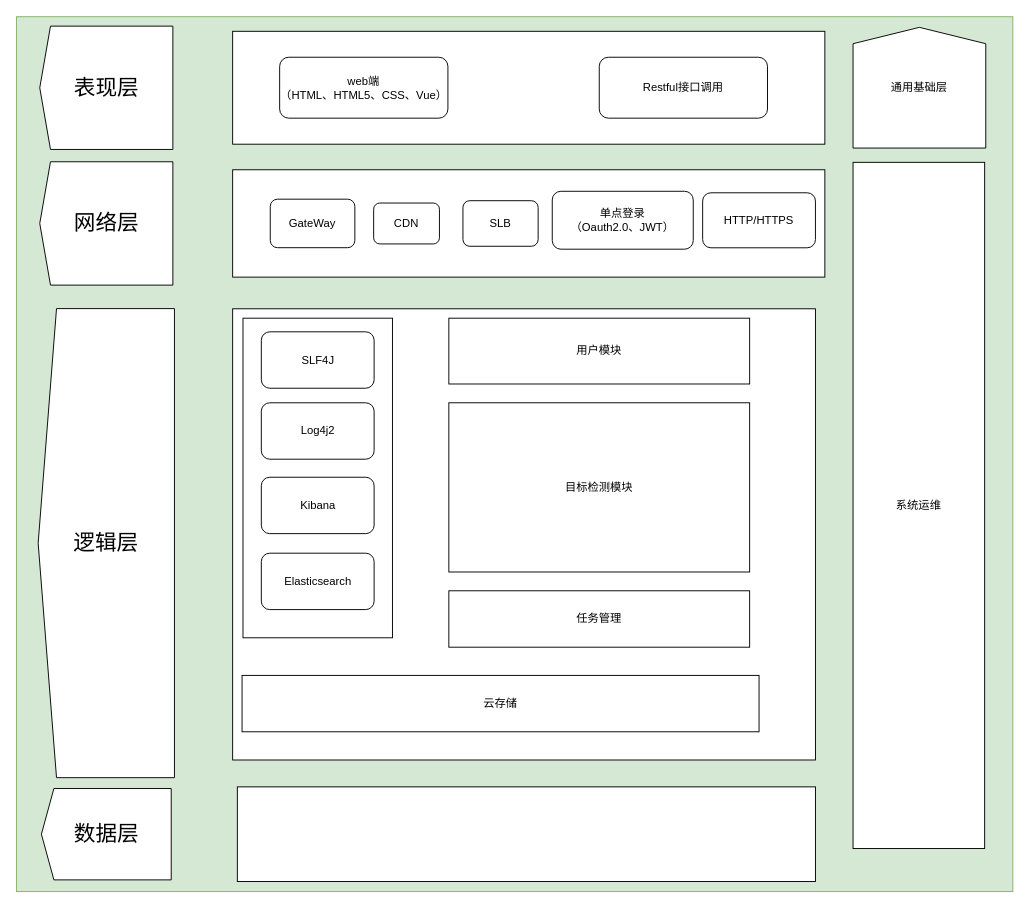
Earlier version of the draw.io diagram DrawIO_file/毕业论文画图/小目标检测系统架构图.drawio (DingDongZz/typera_PicGO). Source tidied: cells renumbered, new cells numbered last; positions are measured from the earlier drawing's top-left corner, leaving out a move shared by most shapes. Both pictures are drawn from the tidied source at 94%, with x=0, y=0 at pixel (-129, 16).
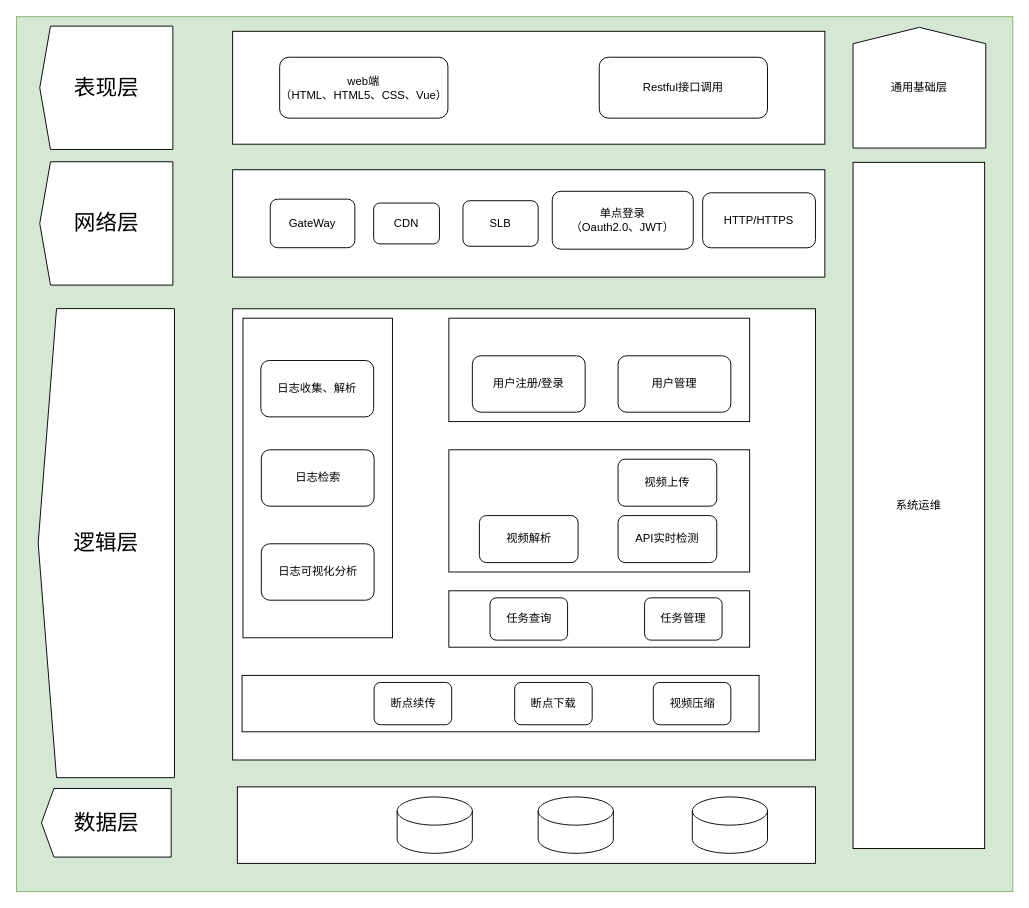
After the change.

Commit message (it also covers changes not shown here):
更新小目标检测系统架构图.drawio

Change to the diagram source:
```diff
@@
     <mxCell id="8" value="&lt;span style=&quot;font-size: 23px;&quot;&gt;数据层&lt;/span&gt;" style="shape=offPageConnector;whiteSpace=wrap;html=1;rotation=90;size=0.09624443862862851;horizontal=0;" parent="1" vertex="1">
-      <mxGeometry x="201" y="800.9" width="97.2" height="138.1" as="geometry" />
+      <mxGeometry x="213.1" y="788.8" width="73" height="138" as="geometry" />
     </mxCell>
     <mxCell id="9" style="rounded=0;whiteSpace=wrap;html=1;" parent="1" vertex="1">
-      <mxGeometry x="389" y="819.6" width="615" height="100.7" as="geometry" />
+      <mxGeometry x="389" y="819.6" width="615" height="81.4" as="geometry" />
     </mxCell>
@@
-    <mxCell id="11" value="用户模块" style="rounded=0;whiteSpace=wrap;html=1;" parent="1" vertex="1">
-      <mxGeometry x="614" y="321" width="320" height="70" as="geometry" />
+    <mxCell id="11" style="rounded=0;whiteSpace=wrap;html=1;" parent="1" vertex="1">
+      <mxGeometry x="614" y="321" width="320" height="110" as="geometry" />
     </mxCell>
-    <mxCell id="12" value="目标检测模块" style="rounded=0;whiteSpace=wrap;html=1;" parent="1" vertex="1">
-      <mxGeometry x="614" y="411" width="320" height="180" as="geometry" />
+    <mxCell id="12" style="rounded=0;whiteSpace=wrap;html=1;" parent="1" vertex="1">
+      <mxGeometry x="614" y="461" width="320" height="130" as="geometry" />
     </mxCell>
@@
-    <mxCell id="15" value="任务管理" style="rounded=0;whiteSpace=wrap;html=1;" parent="1" vertex="1">
+    <mxCell id="15" style="rounded=0;whiteSpace=wrap;html=1;" parent="1" vertex="1">
       <mxGeometry x="614" y="611" width="320" height="60" as="geometry" />
     </mxCell>
-    <mxCell id="16" value="云存储" style="rounded=0;whiteSpace=wrap;html=1;" parent="1" vertex="1">
+    <mxCell id="16" style="rounded=0;whiteSpace=wrap;html=1;" parent="1" vertex="1">
       <mxGeometry x="394" y="701" width="550" height="60" as="geometry" />
     </mxCell>
@@
-    <mxCell id="26" value="SLF4J" style="rounded=1;whiteSpace=wrap;html=1;" parent="1" vertex="1">
-      <mxGeometry x="414.5" y="335.5" width="120" height="60" as="geometry" />
+    <mxCell id="26" value="日志收集、解析" style="rounded=1;whiteSpace=wrap;html=1;" parent="1" vertex="1">
+      <mxGeometry x="414" y="366" width="120" height="60" as="geometry" />
     </mxCell>
-    <mxCell id="27" value="Log4j2" style="rounded=1;whiteSpace=wrap;html=1;" parent="1" vertex="1">
-      <mxGeometry x="414.5" y="411" width="120" height="60" as="geometry" />
+    <mxCell id="27" value="日志检索" style="rounded=1;whiteSpace=wrap;html=1;" parent="1" vertex="1">
+      <mxGeometry x="414.5" y="461" width="120" height="60" as="geometry" />
     </mxCell>
-    <mxCell id="28" value="Kibana" style="rounded=1;whiteSpace=wrap;html=1;" parent="1" vertex="1">
-      <mxGeometry x="414.5" y="490.2" width="120" height="60" as="geometry" />
+    <mxCell id="28" value="日志可视化分析" style="rounded=1;whiteSpace=wrap;html=1;" parent="1" vertex="1">
+      <mxGeometry x="414.5" y="561" width="120" height="60" as="geometry" />
     </mxCell>
-    <mxCell id="29" value="Elasticsearch" style="rounded=1;whiteSpace=wrap;html=1;" parent="1" vertex="1">
-      <mxGeometry x="414.5" y="571" width="120" height="60" as="geometry" />
-    </mxCell>
+    <mxCell id="30" value="用户管理" style="rounded=1;whiteSpace=wrap;html=1;" parent="1" vertex="1">
+      <mxGeometry x="794" y="361" width="120" height="60" as="geometry" />
+    </mxCell>
+    <mxCell id="31" value="用户注册/登录" style="rounded=1;whiteSpace=wrap;html=1;" parent="1" vertex="1">
+      <mxGeometry x="639" y="361" width="120" height="60" as="geometry" />
+    </mxCell>
+    <mxCell id="32" value="视频上传" style="rounded=1;whiteSpace=wrap;html=1;" parent="1" vertex="1">
+      <mxGeometry x="794" y="471" width="105" height="50" as="geometry" />
+    </mxCell>
+    <mxCell id="33" value="视频解析" style="rounded=1;whiteSpace=wrap;html=1;" parent="1" vertex="1">
+      <mxGeometry x="646.5" y="531" width="105" height="50" as="geometry" />
+    </mxCell>
+    <mxCell id="34" value="API实时检测" style="rounded=1;whiteSpace=wrap;html=1;" parent="1" vertex="1">
+      <mxGeometry x="794" y="531" width="105" height="50" as="geometry" />
+    </mxCell>
+    <mxCell id="35" value="任务查询" style="rounded=1;whiteSpace=wrap;html=1;" parent="1" vertex="1">
+      <mxGeometry x="657.8" y="618.5" width="82.5" height="45" as="geometry" />
+    </mxCell>
+    <mxCell id="36" value="任务管理" style="rounded=1;whiteSpace=wrap;html=1;" parent="1" vertex="1">
+      <mxGeometry x="822.2" y="618.5" width="82.5" height="45" as="geometry" />
+    </mxCell>
+    <mxCell id="37" value="断点续传" style="rounded=1;whiteSpace=wrap;html=1;" parent="1" vertex="1">
+      <mxGeometry x="534.5" y="708.5" width="82.5" height="45" as="geometry" />
+    </mxCell>
+    <mxCell id="38" value="断点下载" style="rounded=1;whiteSpace=wrap;html=1;" parent="1" vertex="1">
+      <mxGeometry x="684" y="708.5" width="82.5" height="45" as="geometry" />
+    </mxCell>
+    <mxCell id="39" value="视频压缩" style="rounded=1;whiteSpace=wrap;html=1;" parent="1" vertex="1">
+      <mxGeometry x="831.5" y="708.5" width="82.5" height="45" as="geometry" />
+    </mxCell>
+    <mxCell id="40" style="shape=cylinder3;whiteSpace=wrap;html=1;boundedLbl=1;backgroundOutline=1;size=15;" parent="1" vertex="1">
+      <mxGeometry x="559" y="830.3" width="80" height="60" as="geometry" />
+    </mxCell>
+    <mxCell id="41" style="shape=cylinder3;whiteSpace=wrap;html=1;boundedLbl=1;backgroundOutline=1;size=15;" parent="1" vertex="1">
+      <mxGeometry x="709" y="830.3" width="80" height="60" as="geometry" />
+    </mxCell>
+    <mxCell id="42" style="shape=cylinder3;whiteSpace=wrap;html=1;boundedLbl=1;backgroundOutline=1;size=15;" parent="1" vertex="1">
+      <mxGeometry x="873" y="830.3" width="80" height="60" as="geometry" />
+    </mxCell>
```
